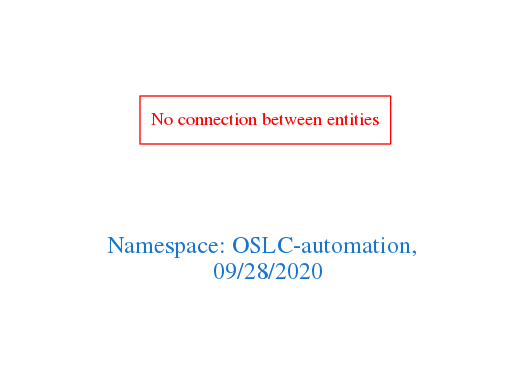
Above: downloads/OSLC-automation.png in arago/OGIT (Graphviz), before the change. Its source is kept beside it as downloads/OSLC-automation.dot.
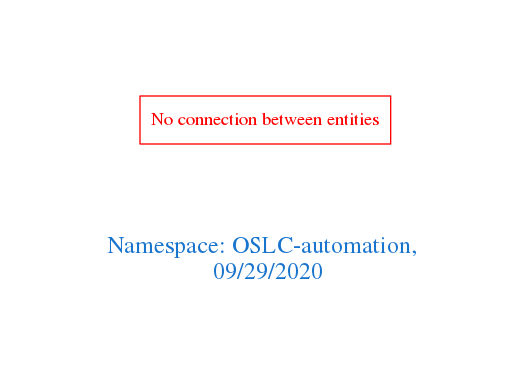
After the change.

The edit, as a diff of the source:
```diff
@@ -1,7 +1,7 @@
 digraph OGIT_ontology {
  graph [ rankdir= LR,pad=1
 fontsize = 18,
-fontcolor= dodgerblue3,label = "\n\n\nNamespace: OSLC-automation, \n 09/28/2020"];
+fontcolor= dodgerblue3,label = "\n\n\nNamespace: OSLC-automation, \n 09/29/2020"];
 node[shape=polygon];
 edge [  color="gray81"];
 
```
